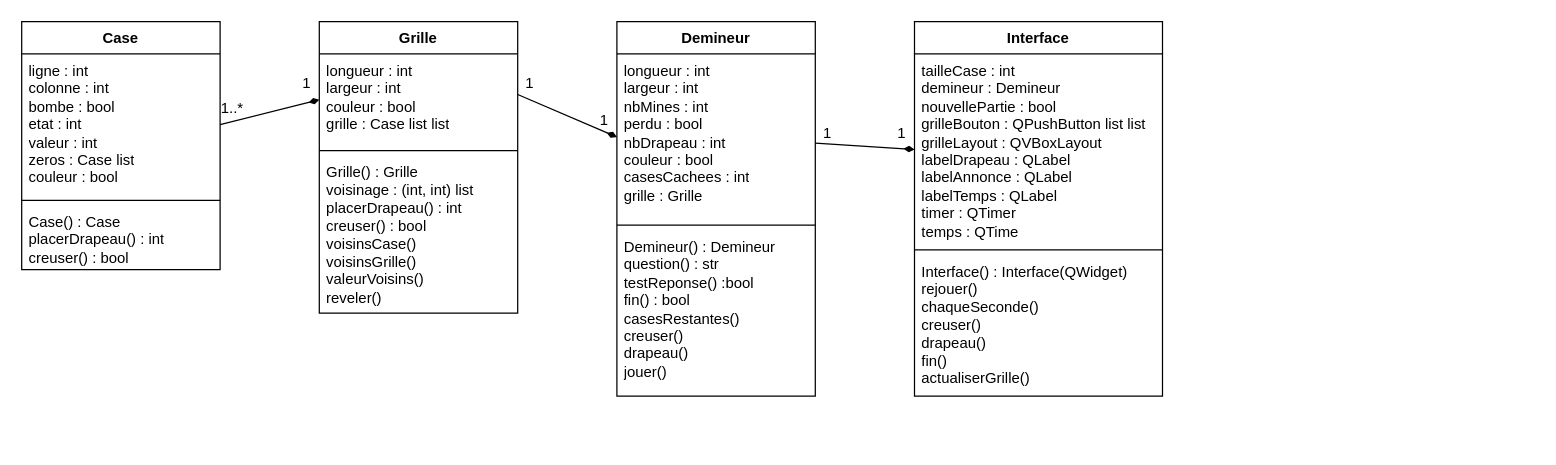
JuHeyn/POO_PPMD keeps this draw.io diagram as page "Classe" (1 of 3) of Analyse/POO.drawio. Above is the earlier version. Source tidied: cells renumbered, new cells numbered last; positions are measured from the earlier drawing's top-left corner, leaving out a move shared by most shapes. Both pictures are drawn from the tidied source at 124%, with x=0, y=0 at pixel (21, 21).
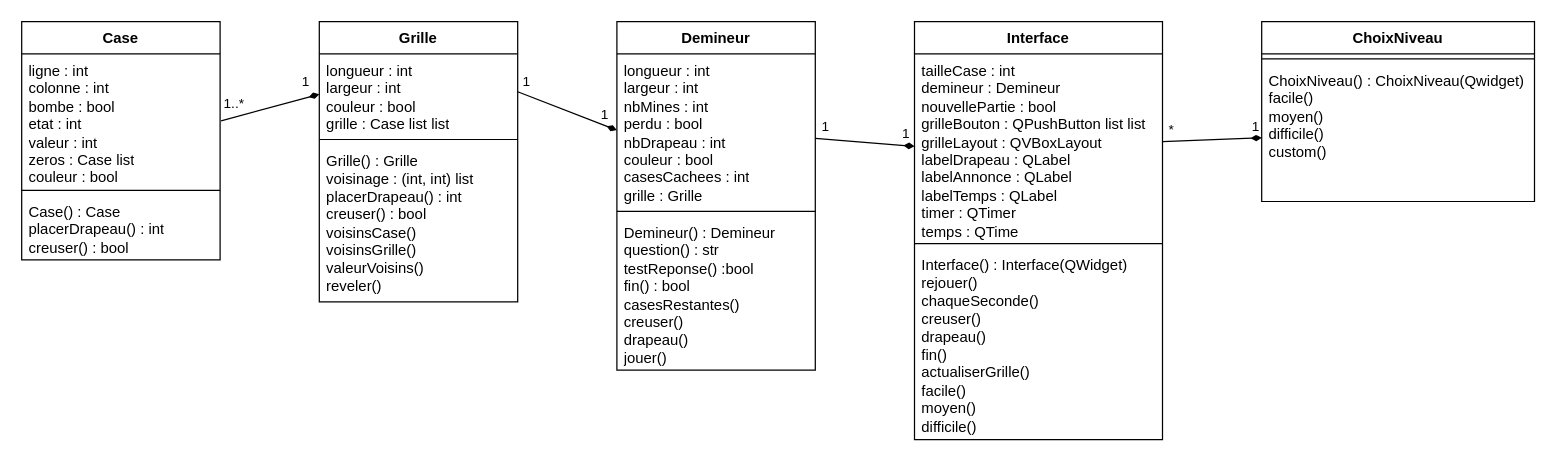
The same page after the edit.

The change refers to these unchanged cells:
```xml
<mxCell id="7" style="edgeStyle=none;rounded=0;jettySize=auto;html=1;entryX=0;entryY=0.5;entryDx=0;entryDy=0;defaultLabelBackgroundColor=page;endArrow=diamondThin;endFill=1;exitX=1;exitY=0.25;exitDx=0;exitDy=0;" parent="1" edge="1" source="8" target="13">
  <mxGeometry relative="1" as="geometry" />
</mxCell>
<mxCell id="21" style="edgeStyle=none;rounded=0;jettySize=auto;html=1;entryX=0;entryY=0.5;entryDx=0;entryDy=0;defaultLabelBackgroundColor=page;endArrow=diamondThin;endFill=1;" parent="1" edge="1" source="13" target="17">
  <mxGeometry relative="1" as="geometry" />
</mxCell>
```

Change to the diagram source:
```diff
@@
     <mxCell id="2" value="Case" style="swimlane;fontStyle=1;align=center;verticalAlign=top;horizontal=1;startSize=26;whiteSpace=wrap;html=1;" parent="1" vertex="1">
-      <mxGeometry width="160" height="200" as="geometry" />
+      <mxGeometry width="160" height="192" as="geometry" />
     </mxCell>
     <mxCell id="3" value="&lt;div&gt;ligne : int&lt;/div&gt;&lt;div&gt;colonne : int&lt;/div&gt;&lt;div&gt;bombe : bool&lt;/div&gt;&lt;div&gt;etat : int&lt;/div&gt;&lt;div&gt;valeur : int&lt;/div&gt;&lt;div&gt;zeros : Case list&lt;/div&gt;&lt;div&gt;couleur : bool&lt;/div&gt;" style="text;strokeColor=none;fillColor=none;align=left;verticalAlign=top;spacingLeft=4;spacingRight=4;overflow=hidden;points=[[0,0.5],[1,0.5]];portConstraint=eastwest;whiteSpace=wrap;html=1;" parent="2" vertex="1">
-      <mxGeometry y="26" width="160" height="114" as="geometry" />
+      <mxGeometry y="26" width="160" height="106" as="geometry" />
     </mxCell>
     <mxCell id="4" style="line;strokeWidth=1;fillColor=none;align=left;verticalAlign=middle;spacingTop=-1;spacingLeft=3;spacingRight=3;labelPosition=right;strokeColor=inherit;labelPerimeter=1;" parent="2" vertex="1">
-      <mxGeometry y="140" width="160" height="8" as="geometry" />
+      <mxGeometry y="132" width="160" height="8" as="geometry" />
     </mxCell>
     <mxCell id="5" value="&lt;div&gt;Case() : Case&lt;/div&gt;&lt;div&gt;placerDrapeau() : int&lt;/div&gt;&lt;div&gt;creuser() : bool&lt;/div&gt;" style="text;strokeColor=none;fillColor=none;align=left;verticalAlign=top;spacingLeft=4;spacingRight=4;overflow=hidden;points=[[0,0.5],[1,0.5]];portConstraint=eastwest;whiteSpace=wrap;html=1;" parent="2" vertex="1">
-      <mxGeometry y="148" width="160" height="52" as="geometry" />
+      <mxGeometry y="140" width="160" height="52" as="geometry" />
     </mxCell>
@@
+    <mxCell id="28" value="1" style="edgeLabel;html=1;align=center;verticalAlign=middle;inheritText=1;defaultLabelBackgroundColor=page;" parent="7" vertex="1">
+      <mxGeometry x="-0.29" y="2" relative="1" as="geometry">
+        <mxPoint x="-22" y="-18" as="offset" />
+      </mxGeometry>
+    </mxCell>
+    <mxCell id="29" value="1" style="edgeLabel;html=1;align=center;verticalAlign=middle;inheritText=1;defaultLabelBackgroundColor=page;" parent="7" vertex="1">
+      <mxGeometry x="-0.19" y="-1" relative="1" as="geometry">
+        <mxPoint x="37" y="4" as="offset" />
+      </mxGeometry>
+    </mxCell>
     <mxCell id="8" value="Grille" style="swimlane;fontStyle=1;align=center;verticalAlign=top;horizontal=1;startSize=26;whiteSpace=wrap;html=1;" parent="1" vertex="1">
-      <mxGeometry x="240" width="160" height="235" as="geometry" />
+      <mxGeometry x="240" width="160" height="226" as="geometry" />
     </mxCell>
     <mxCell id="9" value="&lt;div&gt;longueur : int&lt;/div&gt;&lt;div&gt;largeur : int&lt;/div&gt;&lt;div&gt;couleur : bool&lt;/div&gt;&lt;div&gt;grille : Case list list&lt;/div&gt;" style="text;strokeColor=none;fillColor=none;align=left;verticalAlign=top;spacingLeft=4;spacingRight=4;overflow=hidden;points=[[0,0.5],[1,0.5]];portConstraint=eastwest;whiteSpace=wrap;html=1;" parent="8" vertex="1">
-      <mxGeometry y="26" width="160" height="74" as="geometry" />
+      <mxGeometry y="26" width="160" height="65" as="geometry" />
     </mxCell>
     <mxCell id="10" style="line;strokeWidth=1;fillColor=none;align=left;verticalAlign=middle;spacingTop=-1;spacingLeft=3;spacingRight=3;labelPosition=right;strokeColor=inherit;labelPerimeter=1;" parent="8" vertex="1">
-      <mxGeometry y="100" width="160" height="8" as="geometry" />
+      <mxGeometry y="91" width="160" height="8" as="geometry" />
     </mxCell>
     <mxCell id="11" value="&lt;div&gt;Grille() : Grille&lt;/div&gt;&lt;div&gt;voisinage : (int, int) list&lt;/div&gt;&lt;div&gt;&lt;div&gt;placerDrapeau() : int&lt;/div&gt;&lt;div&gt;creuser() : bool&lt;/div&gt;&lt;/div&gt;&lt;div&gt;voisinsCase()&lt;/div&gt;&lt;div&gt;voisinsGrille()&lt;/div&gt;&lt;div&gt;valeurVoisins()&lt;/div&gt;&lt;div&gt;reveler()&amp;nbsp;&lt;/div&gt;" style="text;strokeColor=none;fillColor=none;align=left;verticalAlign=top;spacingLeft=4;spacingRight=4;overflow=hidden;whiteSpace=wrap;html=1;" parent="8" vertex="1">
-      <mxGeometry y="108" width="160" height="127" as="geometry" />
+      <mxGeometry y="99" width="160" height="127" as="geometry" />
     </mxCell>
     <mxCell id="12" value="Demineur" style="swimlane;fontStyle=1;align=center;verticalAlign=top;horizontal=1;startSize=26;whiteSpace=wrap;html=1;" parent="1" vertex="1">
-      <mxGeometry x="480" width="160" height="302" as="geometry" />
+      <mxGeometry x="480" width="160" height="281" as="geometry" />
     </mxCell>
     <mxCell id="13" value="&lt;div&gt;longueur : int&lt;/div&gt;&lt;div&gt;largeur : int&lt;/div&gt;&lt;div&gt;nbMines : int&lt;/div&gt;&lt;div&gt;perdu : bool&lt;/div&gt;&lt;div&gt;nbDrapeau : int&lt;/div&gt;&lt;div&gt;couleur : bool&lt;/div&gt;&lt;div&gt;casesCachees : int&lt;/div&gt;&lt;div&gt;grille : Grille&lt;/div&gt;" style="text;strokeColor=none;fillColor=none;align=left;verticalAlign=top;spacingLeft=4;spacingRight=4;overflow=hidden;points=[[0,0.5],[1,0.5]];portConstraint=eastwest;whiteSpace=wrap;html=1;" parent="12" vertex="1">
-      <mxGeometry y="26" width="160" height="134" as="geometry" />
+      <mxGeometry y="26" width="160" height="123" as="geometry" />
     </mxCell>
     <mxCell id="14" style="line;strokeWidth=1;fillColor=none;align=left;verticalAlign=middle;spacingTop=-1;spacingLeft=3;spacingRight=3;labelPosition=right;strokeColor=inherit;labelPerimeter=1;" parent="12" vertex="1">
-      <mxGeometry y="160" width="160" height="8" as="geometry" />
+      <mxGeometry y="149" width="160" height="8" as="geometry" />
     </mxCell>
     <mxCell id="15" value="&lt;div&gt;Demineur() : Demineur&lt;/div&gt;&lt;div&gt;question() : str&lt;/div&gt;&lt;div&gt;testReponse() :bool&lt;/div&gt;&lt;div&gt;fin() : bool&lt;/div&gt;&lt;div&gt;casesRestantes()&amp;nbsp;&lt;/div&gt;&lt;div&gt;creuser()&lt;/div&gt;&lt;div&gt;drapeau()&lt;/div&gt;&lt;div&gt;jouer()&lt;/div&gt;" style="text;strokeColor=none;fillColor=none;align=left;verticalAlign=top;spacingLeft=4;spacingRight=4;overflow=hidden;whiteSpace=wrap;html=1;" parent="12" vertex="1">
-      <mxGeometry y="168" width="160" height="134" as="geometry" />
+      <mxGeometry y="157" width="160" height="124" as="geometry" />
     </mxCell>
     <mxCell id="16" value="Interface" style="swimlane;fontStyle=1;align=center;verticalAlign=top;horizontal=1;startSize=26;whiteSpace=wrap;html=1;" parent="1" vertex="1">
-      <mxGeometry x="720" width="200" height="302" as="geometry" />
+      <mxGeometry x="720" width="200" height="337" as="geometry" />
     </mxCell>
     <mxCell id="17" value="&lt;div&gt;tailleCase : int&lt;/div&gt;&lt;div&gt;demineur : Demineur&lt;/div&gt;&lt;div&gt;nouvellePartie : bool&lt;/div&gt;&lt;div&gt;grilleBouton : QPushButton list list&lt;/div&gt;&lt;div&gt;grilleLayout : QVBoxLayout&lt;/div&gt;&lt;div&gt;labelDrapeau : QLabel&lt;/div&gt;&lt;div&gt;labelAnnonce : QLabel&lt;/div&gt;&lt;div&gt;labelTemps : QLabel&lt;/div&gt;&lt;div&gt;timer : QTimer&lt;/div&gt;&lt;div&gt;temps : QTime&lt;/div&gt;" style="text;strokeColor=none;fillColor=none;align=left;verticalAlign=top;spacingLeft=4;spacingRight=4;overflow=hidden;points=[[0,0.5],[1,0.5]];portConstraint=eastwest;whiteSpace=wrap;html=1;" parent="16" vertex="1">
-      <mxGeometry y="26" width="200" height="154" as="geometry" />
+      <mxGeometry y="26" width="200" height="149" as="geometry" />
     </mxCell>
     <mxCell id="18" style="line;strokeWidth=1;fillColor=none;align=left;verticalAlign=middle;spacingTop=-1;spacingLeft=3;spacingRight=3;labelPosition=right;strokeColor=inherit;labelPerimeter=1;" parent="16" vertex="1">
-      <mxGeometry y="180" width="200" height="8" as="geometry" />
+      <mxGeometry y="175" width="200" height="8" as="geometry" />
     </mxCell>
-    <mxCell id="19" value="&lt;div&gt;Interface() : Interface(QWidget)&lt;/div&gt;&lt;div&gt;rejouer()&lt;/div&gt;&lt;div&gt;chaqueSeconde()&lt;/div&gt;&lt;div&gt;creuser()&lt;/div&gt;&lt;div&gt;drapeau()&lt;/div&gt;&lt;div&gt;fin()&lt;/div&gt;&lt;div&gt;actualiserGrille()&lt;/div&gt;" style="text;strokeColor=none;fillColor=none;align=left;verticalAlign=top;spacingLeft=4;spacingRight=4;overflow=hidden;whiteSpace=wrap;html=1;" parent="16" vertex="1">
-      <mxGeometry y="188" width="200" height="114" as="geometry" />
+    <mxCell id="19" value="&lt;div&gt;Interface() : Interface(QWidget)&lt;/div&gt;&lt;div&gt;rejouer()&lt;/div&gt;&lt;div&gt;chaqueSeconde()&lt;/div&gt;&lt;div&gt;creuser()&lt;/div&gt;&lt;div&gt;drapeau()&lt;/div&gt;&lt;div&gt;fin()&lt;/div&gt;&lt;div&gt;actualiserGrille()&lt;/div&gt;&lt;div&gt;facile()&lt;/div&gt;&lt;div&gt;moyen()&lt;/div&gt;&lt;div&gt;difficile()&lt;/div&gt;" style="text;strokeColor=none;fillColor=none;align=left;verticalAlign=top;spacingLeft=4;spacingRight=4;overflow=hidden;whiteSpace=wrap;html=1;" parent="16" vertex="1">
+      <mxGeometry y="183" width="200" height="154" as="geometry" />
     </mxCell>
-    <mxCell id="20" style="edgeStyle=none;rounded=0;jettySize=auto;html=1;entryX=1;entryY=0.5;entryDx=0;entryDy=0;defaultLabelBackgroundColor=page;endArrow=none;endFill=0;startArrow=diamondThin;startFill=1;exitX=0;exitY=0.5;exitDx=0;exitDy=0;" parent="1" edge="1" source="9" target="3">
+    <mxCell id="20" style="edgeStyle=none;rounded=0;jettySize=auto;html=1;entryX=1.005;entryY=0.509;entryDx=0;entryDy=0;defaultLabelBackgroundColor=page;endArrow=none;endFill=0;startArrow=diamondThin;startFill=1;exitX=0;exitY=0.5;exitDx=0;exitDy=0;entryPerimeter=0;" parent="1" edge="1" source="9" target="3">
       <mxGeometry relative="1" as="geometry" />
     </mxCell>
+    <mxCell id="22" value="1..*" style="edgeLabel;html=1;align=center;verticalAlign=middle;inheritText=1;defaultLabelBackgroundColor=page;" parent="20" vertex="1">
+      <mxGeometry x="0.66" relative="1" as="geometry">
+        <mxPoint x="-4" y="-11" as="offset" />
+      </mxGeometry>
+    </mxCell>
+    <mxCell id="30" value="1" style="edgeLabel;html=1;align=center;verticalAlign=middle;inheritText=1;defaultLabelBackgroundColor=page;" parent="20" vertex="1">
+      <mxGeometry x="-0.42" relative="1" as="geometry">
+        <mxPoint x="12" y="-17" as="offset" />
+      </mxGeometry>
+    </mxCell>
@@
-    <mxCell id="22" value="1..*" style="text;html=1;whiteSpace=wrap;strokeColor=none;fillColor=none;align=center;verticalAlign=middle;rounded=0;" parent="1" vertex="1">
-      <mxGeometry x="160" y="60" width="20" height="20" as="geometry" />
-    </mxCell>
-    <mxCell id="23" value="1" style="text;html=1;whiteSpace=wrap;strokeColor=none;fillColor=none;align=center;verticalAlign=middle;rounded=0;" parent="1" vertex="1">
-      <mxGeometry x="220" y="40" width="20" height="20" as="geometry" />
-    </mxCell>
-    <mxCell id="24" value="1" style="text;html=1;whiteSpace=wrap;strokeColor=none;fillColor=none;align=center;verticalAlign=middle;rounded=0;" parent="1" vertex="1">
-      <mxGeometry x="400" y="40" width="20" height="20" as="geometry" />
-    </mxCell>
-    <mxCell id="25" value="&lt;div&gt;1&lt;/div&gt;" style="text;html=1;whiteSpace=wrap;strokeColor=none;fillColor=none;align=center;verticalAlign=middle;rounded=0;" parent="1" vertex="1">
-      <mxGeometry x="460" y="70" width="20" height="20" as="geometry" />
-    </mxCell>
-    <mxCell id="26" value="1" style="text;html=1;whiteSpace=wrap;strokeColor=none;fillColor=none;align=center;verticalAlign=middle;rounded=0;" parent="1" vertex="1">
-      <mxGeometry x="640" y="80" width="20" height="20" as="geometry" />
-    </mxCell>
-    <mxCell id="27" value="&lt;div&gt;1&lt;/div&gt;" style="text;html=1;whiteSpace=wrap;strokeColor=none;fillColor=none;align=center;verticalAlign=middle;rounded=0;" parent="1" vertex="1">
-      <mxGeometry x="700" y="80" width="20" height="20" as="geometry" />
-    </mxCell>
+    <mxCell id="31" value="1" style="edgeLabel;html=1;align=center;verticalAlign=middle;inheritText=1;defaultLabelBackgroundColor=page;" parent="21" vertex="1">
+      <mxGeometry x="-0.75" y="2" relative="1" as="geometry">
+        <mxPoint x="-3" y="-8" as="offset" />
+      </mxGeometry>
+    </mxCell>
+    <mxCell id="32" value="1" style="edgeLabel;html=1;align=center;verticalAlign=middle;inheritText=1;defaultLabelBackgroundColor=page;" parent="21" vertex="1">
+      <mxGeometry x="0.58" y="-2" relative="1" as="geometry">
+        <mxPoint x="10" y="-12" as="offset" />
+      </mxGeometry>
+    </mxCell>
+    <mxCell id="33" value="ChoixNiveau" style="swimlane;fontStyle=1;align=center;verticalAlign=top;horizontal=1;startSize=26;whiteSpace=wrap;html=1;" parent="1" vertex="1">
+      <mxGeometry x="1000" width="220" height="145" as="geometry" />
+    </mxCell>
+    <mxCell id="34" style="line;strokeWidth=1;fillColor=none;align=left;verticalAlign=middle;spacingTop=-1;spacingLeft=3;spacingRight=3;labelPosition=right;strokeColor=inherit;labelPerimeter=1;" parent="33" vertex="1">
+      <mxGeometry y="26" width="220" height="8" as="geometry" />
+    </mxCell>
+    <mxCell id="35" value="&lt;div&gt;ChoixNiveau() : ChoixNiveau(Qwidget)&lt;/div&gt;&lt;div&gt;facile()&lt;/div&gt;&lt;div&gt;moyen()&lt;/div&gt;&lt;div&gt;difficile()&lt;/div&gt;&lt;div&gt;custom()&lt;/div&gt;" style="text;strokeColor=none;fillColor=none;align=left;verticalAlign=top;spacingLeft=4;spacingRight=4;overflow=hidden;points=[[0,0.5],[1,0.5]];portConstraint=eastwest;whiteSpace=wrap;html=1;" parent="33" vertex="1">
+      <mxGeometry y="34" width="220" height="111" as="geometry" />
+    </mxCell>
+    <mxCell id="36" style="edgeStyle=none;rounded=0;jettySize=auto;html=1;defaultLabelBackgroundColor=page;endArrow=diamondThin;endFill=1;" parent="1" edge="1" source="17" target="35">
+      <mxGeometry relative="1" as="geometry" />
+    </mxCell>
+    <mxCell id="37" value="*" style="edgeLabel;html=1;align=center;verticalAlign=middle;inheritText=1;defaultLabelBackgroundColor=page;" parent="36" vertex="1">
+      <mxGeometry x="-0.76" y="2" relative="1" as="geometry">
+        <mxPoint x="-3" y="-8" as="offset" />
+      </mxGeometry>
+    </mxCell>
+    <mxCell id="38" value="1" style="edgeLabel;html=1;align=center;verticalAlign=middle;inheritText=1;defaultLabelBackgroundColor=page;" parent="36" vertex="1">
+      <mxGeometry x="0.59" y="-2" relative="1" as="geometry">
+        <mxPoint x="10" y="-12" as="offset" />
+      </mxGeometry>
+    </mxCell>
```
